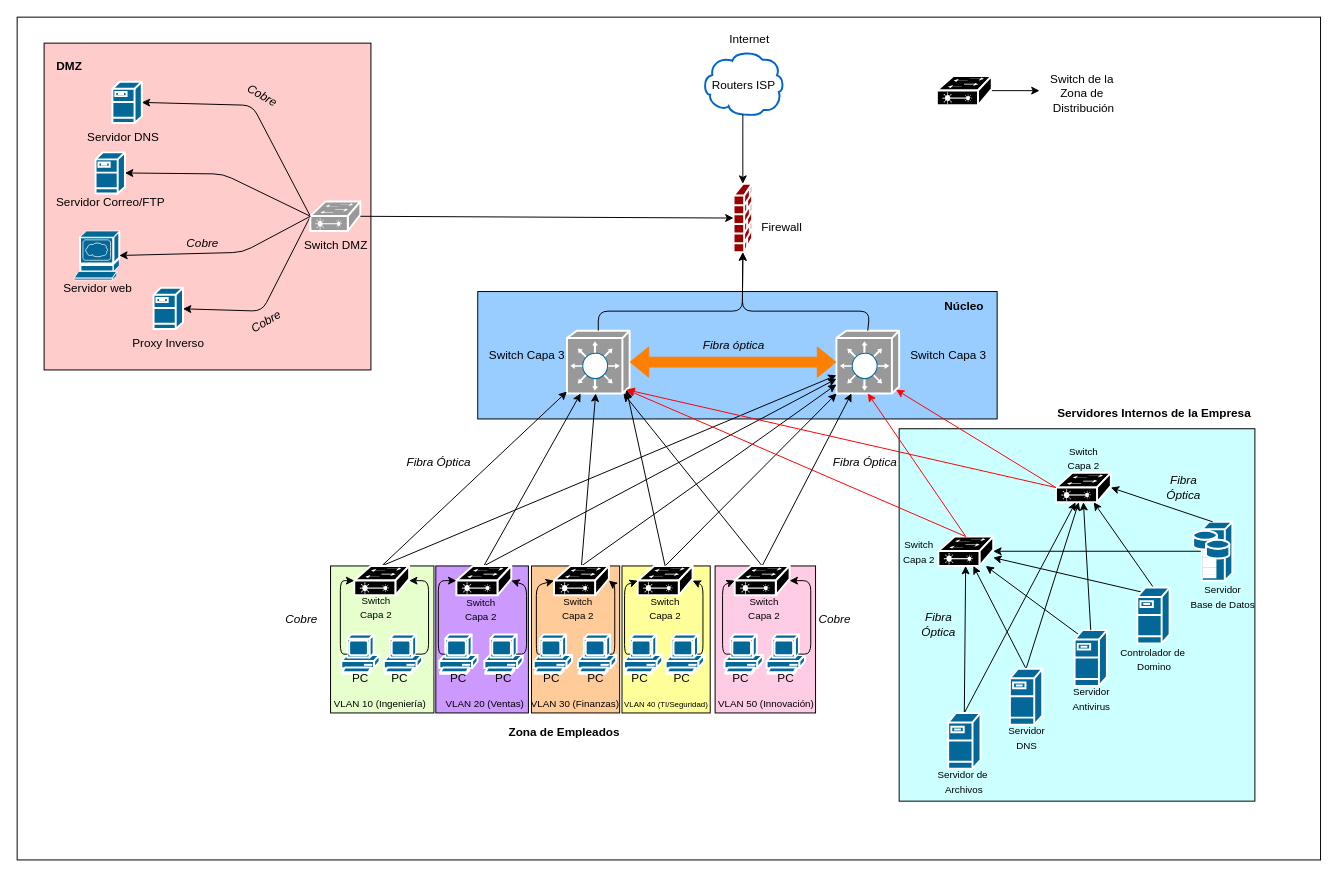
Above: f1-propuesta-arquitectura/topologia.drawio in vargasesc17/proyecto-redes-2026-2 (draw.io), before the change. Source tidied: cells renumbered, new cells numbered last; positions are measured from the earlier drawing's top-left corner, leaving out a move shared by most shapes. Both pictures are drawn from the tidied source at 98%, with x=0, y=0 at pixel (17, 17).
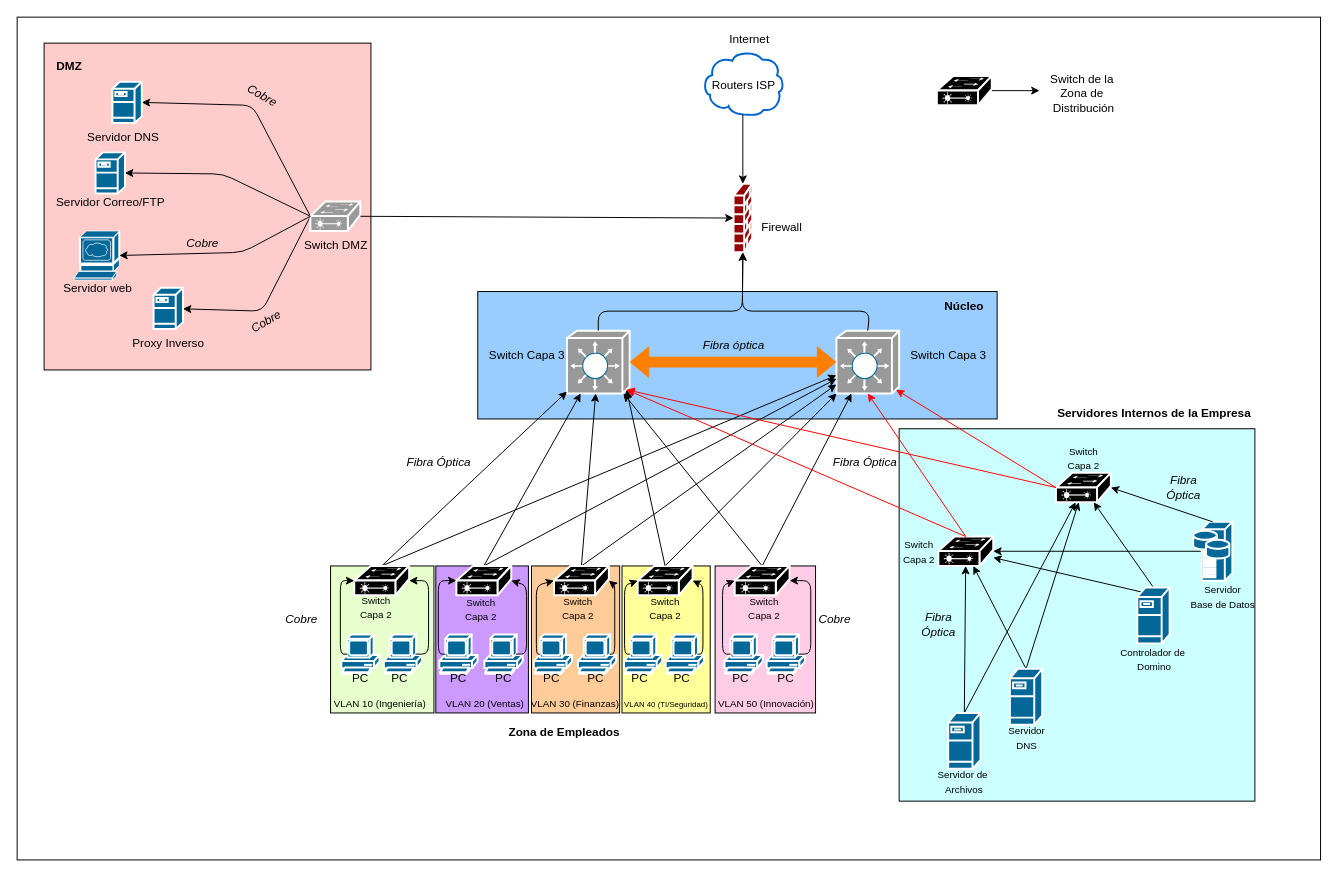
The same diagram, later.

Commit message (it also covers changes not shown here):
remover server Antivirus de la topología

The change refers to these unchanged cells:
```xml
<mxCell id="50" style="shape=mxgraph.cisco.switches.layer_2_remote_switch;sketch=0;html=1;dashed=0;fillColor=#000000;strokeColor=#ffffff;strokeWidth=2;verticalLabelPosition=bottom;verticalAlign=top;align=center;outlineConnect=0;" parent="1" vertex="1">
  <mxGeometry x="1060" y="465" width="56" height="30" as="geometry" />
</mxCell>
<mxCell id="51" style="shape=mxgraph.cisco.switches.layer_2_remote_switch;sketch=0;html=1;dashed=0;fillColor=#000000;strokeColor=#ffffff;strokeWidth=2;verticalLabelPosition=bottom;verticalAlign=top;align=center;outlineConnect=0;" parent="1" vertex="1">
  <mxGeometry x="940" y="530" width="56" height="30" as="geometry" />
</mxCell>
```

Diff of the diagram source:
```diff
@@
-    <mxCell id="109" style="edgeStyle=none;html=1;exitX=0.13;exitY=0.08;exitDx=0;exitDy=0;exitPerimeter=0;" parent="1" edge="1" source="110" target="51">
-      <mxGeometry relative="1" as="geometry" />
-    </mxCell>
-    <mxCell id="110" style="shape=mxgraph.cisco.servers.fileserver;sketch=0;html=1;dashed=0;fillColor=#036897;strokeColor=#ffffff;strokeWidth=2;verticalLabelPosition=bottom;verticalAlign=top;align=center;outlineConnect=0;" parent="1" vertex="1">
-      <mxGeometry x="1079" y="625.5" width="33" height="57" as="geometry" />
-    </mxCell>
@@
-    <mxCell id="118" style="edgeStyle=none;html=1;exitX=0.5;exitY=0;exitDx=0;exitDy=0;exitPerimeter=0;entryX=0.5;entryY=1;entryDx=0;entryDy=0;entryPerimeter=0;" parent="1" edge="1" source="110" target="50">
-      <mxGeometry relative="1" as="geometry" />
-    </mxCell>
@@
-    <mxCell id="121" value="&lt;span style=&quot;font-size: 10px;&quot;&gt;Servidor&lt;/span&gt;&lt;div&gt;&lt;span style=&quot;font-size: 10px;&quot;&gt;Antivirus&lt;/span&gt;&lt;/div&gt;" style="text;html=1;align=center;verticalAlign=middle;strokeColor=none;fillColor=none;" parent="1" vertex="1">
-      <mxGeometry x="1065.5" y="675" width="60" height="40" as="geometry" />
-    </mxCell>
```
